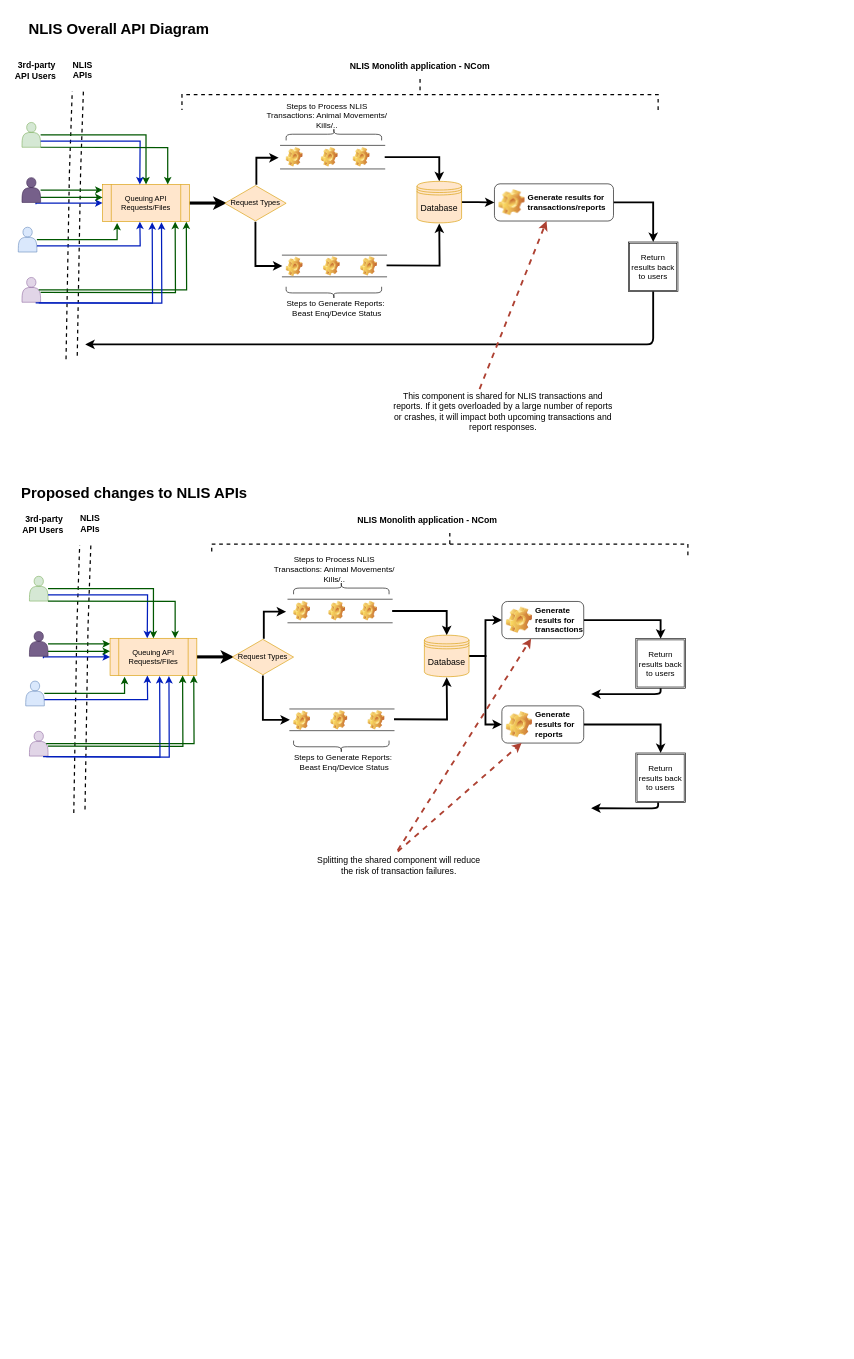
Before: Untitled Diagram.drawio in mfahim/presentations, a draw.io diagram. Source tidied: cells renumbered, new cells numbered last; positions are measured from the earlier drawing's top-left corner, leaving out a move shared by most shapes. Both pictures are drawn from the tidied source at 62%, with x=0, y=0 at pixel (11, 17).
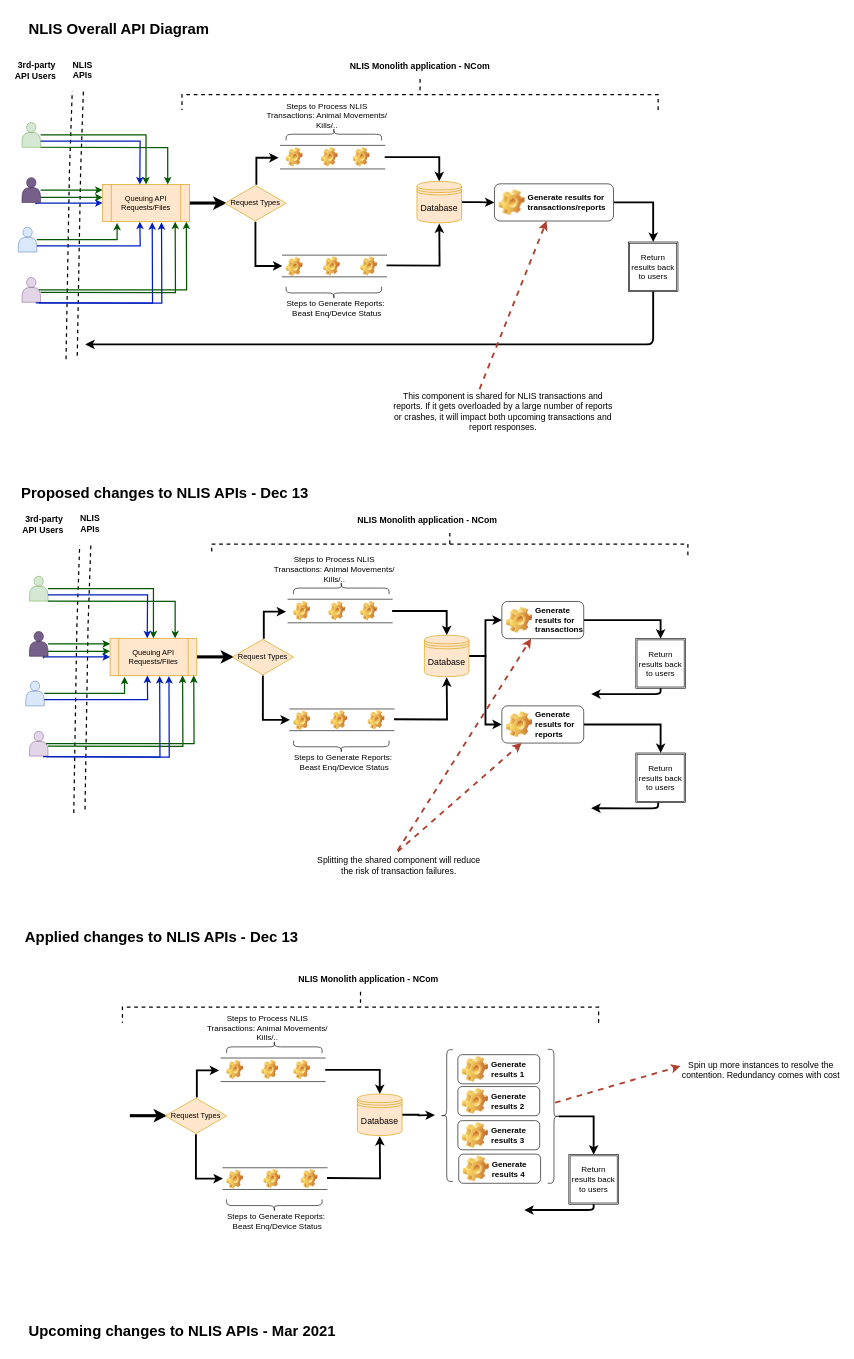
The same page after the edit.

What changed in the source:
```diff
@@
-    <mxCell id="105" value="&lt;h1&gt;Proposed changes to NLIS APIs&lt;/h1&gt;" style="text;html=1;strokeColor=none;fillColor=none;spacing=5;spacingTop=-20;whiteSpace=wrap;overflow=hidden;rounded=0;" parent="1" vertex="1">
-      <mxGeometry x="12" y="749" width="384" height="48" as="geometry" />
+    <mxCell id="105" value="&lt;h1&gt;Proposed changes to NLIS APIs - Dec 13&lt;/h1&gt;" style="text;html=1;strokeColor=none;fillColor=none;spacing=5;spacingTop=-20;whiteSpace=wrap;overflow=hidden;rounded=0;" parent="1" vertex="1">
+      <mxGeometry x="12" y="749" width="492" height="48" as="geometry" />
     </mxCell>
+    <mxCell id="106" value="&lt;h1&gt;Applied changes to NLIS APIs - Dec 13&lt;/h1&gt;" style="text;html=1;strokeColor=none;fillColor=none;spacing=5;spacingTop=-20;whiteSpace=wrap;overflow=hidden;rounded=0;" parent="1" vertex="1">
+      <mxGeometry x="18" y="1464" width="492" height="48" as="geometry" />
+    </mxCell>
+    <mxCell id="107" style="edgeStyle=orthogonalEdgeStyle;rounded=0;sketch=0;jumpSize=8;orthogonalLoop=1;jettySize=auto;html=1;shadow=0;strokeWidth=5;fillColor=#a20025;" parent="1" edge="1">
+      <mxGeometry relative="1" as="geometry">
+        <mxPoint x="192" y="1772" as="sourcePoint" />
+        <mxPoint x="252" y="1772" as="targetPoint" />
+      </mxGeometry>
+    </mxCell>
+    <mxCell id="108" style="edgeStyle=orthogonalEdgeStyle;rounded=0;sketch=0;jumpSize=8;orthogonalLoop=1;jettySize=auto;html=1;shadow=0;strokeWidth=3;" parent="1" edge="1">
+      <mxGeometry relative="1" as="geometry">
+        <mxPoint x="300" y="1742.6" as="sourcePoint" />
+        <mxPoint x="336" y="1699" as="targetPoint" />
+        <Array as="points">
+          <mxPoint x="300" y="1699" />
+        </Array>
+      </mxGeometry>
+    </mxCell>
+    <mxCell id="109" style="edgeStyle=orthogonalEdgeStyle;rounded=0;sketch=0;jumpSize=8;jettySize=auto;html=1;entryX=0;entryY=0.5;entryDx=0;entryDy=0;shadow=0;strokeColor=#000000;strokeWidth=3;fontSize=13;" parent="1" edge="1" source="110" target="119">
+      <mxGeometry relative="1" as="geometry" />
+    </mxCell>
+    <mxCell id="110" value="Request Types" style="html=1;whiteSpace=wrap;shape=isoRectangle;fillColor=#ffe6cc;strokeColor=#d79b00;" parent="1" vertex="1">
+      <mxGeometry x="249" y="1742.6" width="99" height="59.4" as="geometry" />
+    </mxCell>
+    <mxCell id="111" style="shape=curlyBracket;whiteSpace=wrap;html=1;rounded=1;fontSize=13;direction=south;" parent="1" vertex="1">
+      <mxGeometry x="348" y="1651" width="154" height="20" as="geometry" />
+    </mxCell>
+    <mxCell id="112" value="Steps to Process NLIS Transactions: Animal Movements/ Kills/.." style="text;html=1;strokeColor=none;fillColor=none;align=center;verticalAlign=middle;whiteSpace=wrap;rounded=0;fontSize=13;" parent="1" vertex="1">
+      <mxGeometry x="312" y="1621" width="204" height="20" as="geometry" />
+    </mxCell>
+    <mxCell id="113" style="shape=image;html=1;verticalLabelPosition=bottom;verticalAlign=top;imageAspect=1;image=img/clipart/Gear_128x128.png;" parent="1" vertex="1">
+      <mxGeometry x="348" y="1682" width="26.9" height="31.5" as="geometry" />
+    </mxCell>
+    <mxCell id="114" style="shape=image;html=1;verticalLabelPosition=bottom;verticalAlign=top;imageAspect=1;image=img/clipart/Gear_128x128.png;" parent="1" vertex="1">
+      <mxGeometry x="404.6" y="1682" width="26.9" height="31.5" as="geometry" />
+    </mxCell>
+    <mxCell id="115" style="shape=image;html=1;verticalLabelPosition=bottom;verticalAlign=top;imageAspect=1;image=img/clipart/Gear_128x128.png;" parent="1" vertex="1">
+      <mxGeometry x="456" y="1682" width="26.9" height="31.5" as="geometry" />
+    </mxCell>
+    <mxCell id="116" style="edgeStyle=orthogonalEdgeStyle;rounded=0;sketch=0;jumpSize=8;jettySize=auto;html=1;shadow=0;strokeColor=#000000;strokeWidth=3;fontSize=14;" parent="1" edge="1" source="117" target="130">
+      <mxGeometry relative="1" as="geometry" />
+    </mxCell>
+    <mxCell id="117" style="shape=partialRectangle;whiteSpace=wrap;html=1;left=0;right=0;fillColor=none;fontSize=13;" parent="1" vertex="1">
+      <mxGeometry x="339" y="1679" width="168" height="38" as="geometry" />
+    </mxCell>
+    <mxCell id="118" style="edgeStyle=orthogonalEdgeStyle;rounded=0;sketch=0;jumpSize=8;orthogonalLoop=1;jettySize=auto;html=1;entryX=0.5;entryY=1;entryDx=0;entryDy=0;shadow=0;strokeColor=#000000;strokeWidth=3;fontSize=14;" parent="1" edge="1">
+      <mxGeometry relative="1" as="geometry">
+        <mxPoint x="510" y="1872.5" as="sourcePoint" />
+        <mxPoint x="595" y="1805" as="targetPoint" />
+      </mxGeometry>
+    </mxCell>
+    <mxCell id="119" style="shape=partialRectangle;whiteSpace=wrap;html=1;left=0;right=0;fillColor=none;fontSize=13;" parent="1" vertex="1">
+      <mxGeometry x="342" y="1856" width="168" height="35" as="geometry" />
+    </mxCell>
+    <mxCell id="120" style="shape=image;html=1;verticalLabelPosition=bottom;verticalAlign=top;imageAspect=1;image=img/clipart/Gear_128x128.png;" parent="1" vertex="1">
+      <mxGeometry x="348" y="1859" width="26.9" height="31.5" as="geometry" />
+    </mxCell>
+    <mxCell id="121" style="shape=image;html=1;verticalLabelPosition=bottom;verticalAlign=top;imageAspect=1;image=img/clipart/Gear_128x128.png;" parent="1" vertex="1">
+      <mxGeometry x="408" y="1858" width="26.9" height="31.5" as="geometry" />
+    </mxCell>
+    <mxCell id="122" style="shape=image;html=1;verticalLabelPosition=bottom;verticalAlign=top;imageAspect=1;image=img/clipart/Gear_128x128.png;" parent="1" vertex="1">
+      <mxGeometry x="468" y="1858" width="26.9" height="31.5" as="geometry" />
+    </mxCell>
+    <mxCell id="123" style="shape=curlyBracket;whiteSpace=wrap;html=1;rounded=1;fontSize=13;direction=north;" parent="1" vertex="1">
+      <mxGeometry x="348" y="1907" width="154" height="20" as="geometry" />
+    </mxCell>
+    <mxCell id="124" value="Steps to Generate Reports:&amp;nbsp;&lt;br&gt;Beast Enq/Device Status" style="text;html=1;strokeColor=none;fillColor=none;align=center;verticalAlign=middle;whiteSpace=wrap;rounded=0;fontSize=13;" parent="1" vertex="1">
+      <mxGeometry x="340" y="1932" width="180" height="20" as="geometry" />
+    </mxCell>
+    <mxCell id="125" style="edgeStyle=orthogonalEdgeStyle;rounded=0;sketch=0;jumpSize=8;jettySize=auto;html=1;entryX=0.5;entryY=0;entryDx=0;entryDy=0;shadow=0;strokeColor=#000000;strokeWidth=3;fontSize=13;exitX=0.1;exitY=0.5;exitDx=0;exitDy=0;exitPerimeter=0;" parent="1" edge="1" source="136" target="127">
+      <mxGeometry relative="1" as="geometry" />
+    </mxCell>
+    <mxCell id="126" value="Generate results 2" style="label;whiteSpace=wrap;html=1;image=img/clipart/Gear_128x128.png;fontSize=13;" parent="1" vertex="1">
+      <mxGeometry x="721" y="1725" width="132" height="47" as="geometry" />
+    </mxCell>
+    <mxCell id="127" value="Return results back to users" style="shape=ext;double=1;whiteSpace=wrap;html=1;fontSize=13;" parent="1" vertex="1">
+      <mxGeometry x="900" y="1834.8" width="80" height="80" as="geometry" />
+    </mxCell>
+    <mxCell id="128" style="strokeWidth=2;html=1;shape=mxgraph.flowchart.annotation_2;align=left;labelPosition=right;fontSize=14;direction=south;dashed=1;" parent="1" vertex="1">
+      <mxGeometry x="180" y="1572" width="768" height="50" as="geometry" />
+    </mxCell>
+    <mxCell id="129" style="edgeStyle=orthogonalEdgeStyle;rounded=0;sketch=0;jumpSize=8;jettySize=auto;html=1;shadow=0;strokeColor=#000000;strokeWidth=3;fontSize=14;" parent="1" edge="1" source="130">
+      <mxGeometry relative="1" as="geometry">
+        <mxPoint x="684" y="1771" as="targetPoint" />
+      </mxGeometry>
+    </mxCell>
+    <mxCell id="130" value="Database" style="shape=datastore;whiteSpace=wrap;html=1;fontSize=14;fillColor=#ffe6cc;strokeColor=#d79b00;" parent="1" vertex="1">
+      <mxGeometry x="559" y="1737" width="72" height="67" as="geometry" />
+    </mxCell>
+    <mxCell id="131" value="NLIS Monolith application - NCom" style="text;html=1;strokeColor=none;fillColor=none;align=center;verticalAlign=middle;whiteSpace=wrap;rounded=0;fontSize=14;fontStyle=1;" parent="1" vertex="1">
+      <mxGeometry x="457.4" y="1532" width="240" height="40" as="geometry" />
+    </mxCell>
+    <mxCell id="132" value="Generate results 1" style="label;whiteSpace=wrap;html=1;image=img/clipart/Gear_128x128.png;fontSize=13;" parent="1" vertex="1">
+      <mxGeometry x="721" y="1673.6" width="132" height="47" as="geometry" />
+    </mxCell>
+    <mxCell id="133" value="Generate results 3" style="label;whiteSpace=wrap;html=1;image=img/clipart/Gear_128x128.png;fontSize=13;" parent="1" vertex="1">
+      <mxGeometry x="721" y="1780" width="132" height="47" as="geometry" />
+    </mxCell>
+    <mxCell id="134" value="Generate results 4" style="label;whiteSpace=wrap;html=1;image=img/clipart/Gear_128x128.png;fontSize=13;" parent="1" vertex="1">
+      <mxGeometry x="722.4" y="1834" width="132" height="47" as="geometry" />
+    </mxCell>
+    <mxCell id="135" style="shape=curlyBracket;whiteSpace=wrap;html=1;rounded=1;" parent="1" vertex="1">
+      <mxGeometry x="693" y="1665.6" width="20" height="212.4" as="geometry" />
+    </mxCell>
+    <mxCell id="136" style="shape=curlyBracket;whiteSpace=wrap;html=1;rounded=1;direction=west;" parent="1" vertex="1">
+      <mxGeometry x="866" y="1665" width="20" height="216" as="geometry" />
+    </mxCell>
+    <mxCell id="137" style="edgeStyle=segmentEdgeStyle;endArrow=classic;html=1;shadow=0;strokeColor=#000000;strokeWidth=3;fontSize=13;exitX=0.5;exitY=1;exitDx=0;exitDy=0;" parent="1" edge="1">
+      <mxGeometry relative="1" as="geometry">
+        <mxPoint x="940" y="1914.8" as="sourcePoint" />
+        <mxPoint x="828" y="1924.2" as="targetPoint" />
+        <Array as="points">
+          <mxPoint x="940" y="1924.2" />
+          <mxPoint x="900" y="1924.2" />
+        </Array>
+      </mxGeometry>
+    </mxCell>
+    <mxCell id="138" style="endArrow=classic;html=1;shadow=0;strokeColor=#ae4132;strokeWidth=3;fontSize=14;fillColor=#fad9d5;dashed=1;exitX=0.4;exitY=0.602;exitDx=0;exitDy=0;exitPerimeter=0;" parent="1" edge="1" source="136">
+      <mxGeometry relative="1" as="geometry">
+        <mxPoint x="1080" y="1692" as="targetPoint" />
+      </mxGeometry>
+    </mxCell>
+    <mxCell id="139" value="Spin up more instances to resolve the contention. Redundancy comes with cost" style="text;html=1;strokeColor=none;fillColor=none;align=center;verticalAlign=middle;whiteSpace=wrap;rounded=0;fontSize=14;" parent="1" vertex="1">
+      <mxGeometry x="1076" y="1686" width="268" height="24" as="geometry" />
+    </mxCell>
+    <mxCell id="140" value="&lt;h1&gt;Upcoming changes to NLIS APIs - Mar 2021&lt;/h1&gt;" style="text;html=1;strokeColor=none;fillColor=none;spacing=5;spacingTop=-20;whiteSpace=wrap;overflow=hidden;rounded=0;" parent="1" vertex="1">
+      <mxGeometry x="24" y="2100" width="516" height="48" as="geometry" />
+    </mxCell>
```
